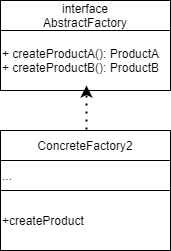
Earlier version of the draw.io export DesignPatterns/Creational Design Patterns/Abstract Factory/diagram.drawio.png (youngboy-who-wants-to-learn-js/OOP). Source tidied: cells renumbered, new cells last; positions are measured from the earlier drawing's top-left corner, leaving out a move shared by most shapes. Source of this version:
```xml
<mxGraphModel>
  <root>
    <mxCell id="0" />
    <mxCell id="1" parent="0" />
    <mxCell id="2" value="interface&lt;br&gt;AbstractFactory" style="rounded=0;whiteSpace=wrap;html=1;" parent="1" vertex="1">
      <mxGeometry width="170" height="30" as="geometry" />
    </mxCell>
    <mxCell id="3" value="+ createProductA(): ProductA&lt;br&gt;+ createProductB(): ProductB&amp;nbsp;" style="rounded=0;whiteSpace=wrap;html=1;align=left;" parent="1" vertex="1">
      <mxGeometry y="30" width="170" height="60" as="geometry" />
    </mxCell>
    <mxCell id="4" style="endArrow=classic;dashed=1;html=1;dashPattern=1 3;strokeWidth=2;endFill=1;" parent="1" edge="1">
      <mxGeometry relative="1" as="geometry">
        <mxPoint x="86" y="145" as="sourcePoint" />
        <mxPoint x="86" y="85" as="targetPoint" />
      </mxGeometry>
    </mxCell>
    <mxCell id="5" value="ConcreteFactory2" style="rounded=0;whiteSpace=wrap;html=1;align=center;" parent="1" vertex="1">
      <mxGeometry y="130" width="170" height="30" as="geometry" />
    </mxCell>
    <mxCell id="6" value="..." style="rounded=0;whiteSpace=wrap;html=1;align=left;" parent="1" vertex="1">
      <mxGeometry y="160" width="170" height="30" as="geometry" />
    </mxCell>
    <mxCell id="7" value="+createProduct" style="rounded=0;whiteSpace=wrap;html=1;align=left;" parent="1" vertex="1">
      <mxGeometry y="190" width="170" height="60" as="geometry" />
    </mxCell>
  </root>
</mxGraphModel>
```
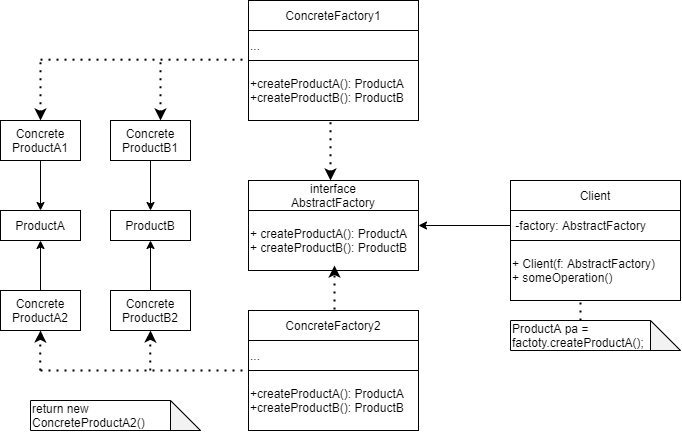
The same diagram one commit later.

Commit message:
abstract factory

Change to the diagram source:
```diff
@@ -5,6 +5,9 @@
     <mxCell id="2" value="interface&lt;br&gt;AbstractFactory" style="rounded=0;whiteSpace=wrap;html=1;" parent="1" vertex="1">
       <mxGeometry width="170" height="30" as="geometry" />
     </mxCell>
+    <mxCell id="8" style="edgeStyle=orthogonalEdgeStyle;rounded=0;jettySize=auto;html=1;exitX=1;exitY=0.25;exitDx=0;exitDy=0;entryX=0;entryY=0.5;entryDx=0;entryDy=0;startArrow=classic;startFill=1;endArrow=none;endFill=0;" parent="1" edge="1" source="3" target="14">
+      <mxGeometry relative="1" as="geometry" />
+    </mxCell>
     <mxCell id="3" value="+ createProductA(): ProductA&lt;br&gt;+ createProductB(): ProductB&amp;nbsp;" style="rounded=0;whiteSpace=wrap;html=1;align=left;" parent="1" vertex="1">
       <mxGeometry y="30" width="170" height="60" as="geometry" />
     </mxCell>
@@ -20,8 +23,111 @@
     <mxCell id="6" value="..." style="rounded=0;whiteSpace=wrap;html=1;align=left;" parent="1" vertex="1">
       <mxGeometry y="160" width="170" height="30" as="geometry" />
     </mxCell>
-    <mxCell id="7" value="+createProduct" style="rounded=0;whiteSpace=wrap;html=1;align=left;" parent="1" vertex="1">
-      <mxGeometry y="190" width="170" height="60" as="geometry" />
+    <mxCell id="7" value="+createProductA(): ProductA&lt;br&gt;+createProductB(): ProductB" style="rounded=0;whiteSpace=wrap;html=1;align=left;" parent="1" vertex="1">
+      <mxGeometry y="-120" width="170" height="60" as="geometry" />
     </mxCell>
+    <mxCell id="9" value="ConcreteFactory1" style="rounded=0;whiteSpace=wrap;html=1;align=center;" parent="1" vertex="1">
+      <mxGeometry y="-180" width="170" height="30" as="geometry" />
+    </mxCell>
+    <mxCell id="10" value="..." style="rounded=0;whiteSpace=wrap;html=1;align=left;" parent="1" vertex="1">
+      <mxGeometry y="-150" width="170" height="30" as="geometry" />
+    </mxCell>
+    <mxCell id="11" value="+createProductA(): ProductA&lt;br&gt;+createProductB(): ProductB" style="rounded=0;whiteSpace=wrap;html=1;align=left;" parent="1" vertex="1">
+      <mxGeometry y="190" width="170" height="60" as="geometry" />
+    </mxCell>
+    <mxCell id="12" style="endArrow=none;dashed=1;html=1;dashPattern=1 3;strokeWidth=2;endFill=0;startArrow=classic;startFill=1;" parent="1" edge="1">
+      <mxGeometry relative="1" as="geometry">
+        <mxPoint x="82" as="sourcePoint" />
+        <mxPoint x="82" y="-60" as="targetPoint" />
+      </mxGeometry>
+    </mxCell>
+    <mxCell id="13" value="Client" style="rounded=0;whiteSpace=wrap;html=1;" parent="1" vertex="1">
+      <mxGeometry x="262" width="170" height="30" as="geometry" />
+    </mxCell>
+    <mxCell id="14" value="&amp;nbsp;-factory: AbstractFactory" style="rounded=0;whiteSpace=wrap;html=1;align=left;" parent="1" vertex="1">
+      <mxGeometry x="262" y="30" width="170" height="30" as="geometry" />
+    </mxCell>
+    <mxCell id="15" value="+ Client(f: AbstractFactory)&lt;br&gt;+ someOperation()" style="rounded=0;whiteSpace=wrap;html=1;align=left;" parent="1" vertex="1">
+      <mxGeometry x="262" y="60" width="170" height="60" as="geometry" />
+    </mxCell>
+    <mxCell id="16" value="ProductA pa = factoty.createProductA();" style="shape=note;whiteSpace=wrap;html=1;backgroundOutline=1;darkOpacity=0.05;align=left;" parent="1" vertex="1">
+      <mxGeometry x="262" y="140" width="170" height="30" as="geometry" />
+    </mxCell>
+    <mxCell id="17" style="endArrow=none;dashed=1;html=1;dashPattern=1 3;strokeWidth=2;" parent="1" edge="1">
+      <mxGeometry relative="1" as="geometry">
+        <mxPoint x="332" y="140" as="sourcePoint" />
+        <mxPoint x="332" y="120" as="targetPoint" />
+        <Array as="points">
+          <mxPoint x="332" y="130" />
+        </Array>
+      </mxGeometry>
+    </mxCell>
+    <mxCell id="18" value="Concrete&lt;br&gt;ProductA1" style="rounded=0;whiteSpace=wrap;html=1;align=center;" parent="1" vertex="1">
+      <mxGeometry x="-248" y="-60" width="80" height="40" as="geometry" />
+    </mxCell>
+    <mxCell id="19" value="Concrete&lt;br&gt;ProductB1" style="rounded=0;whiteSpace=wrap;html=1;align=center;" parent="1" vertex="1">
+      <mxGeometry x="-138" y="-60" width="80" height="40" as="geometry" />
+    </mxCell>
+    <mxCell id="20" style="edgeStyle=orthogonalEdgeStyle;rounded=0;jettySize=auto;html=1;exitX=0.5;exitY=0;exitDx=0;exitDy=0;entryX=0.5;entryY=1;entryDx=0;entryDy=0;startArrow=classic;startFill=1;endArrow=none;endFill=0;" parent="1" edge="1" source="22" target="18">
+      <mxGeometry relative="1" as="geometry" />
+    </mxCell>
+    <mxCell id="21" style="edgeStyle=orthogonalEdgeStyle;rounded=0;jettySize=auto;html=1;exitX=0.5;exitY=1;exitDx=0;exitDy=0;entryX=0.5;entryY=0;entryDx=0;entryDy=0;startArrow=classic;startFill=1;endArrow=none;endFill=0;" parent="1" edge="1" source="22" target="26">
+      <mxGeometry relative="1" as="geometry" />
+    </mxCell>
+    <mxCell id="22" value="ProductA" style="rounded=0;whiteSpace=wrap;html=1;align=center;verticalAlign=middle;" parent="1" vertex="1">
+      <mxGeometry x="-248" y="30" width="80" height="30" as="geometry" />
+    </mxCell>
+    <mxCell id="23" style="edgeStyle=orthogonalEdgeStyle;rounded=0;jettySize=auto;html=1;exitX=0.5;exitY=0;exitDx=0;exitDy=0;entryX=0.5;entryY=1;entryDx=0;entryDy=0;startArrow=classic;startFill=1;endArrow=none;endFill=0;" parent="1" edge="1" source="25" target="19">
+      <mxGeometry relative="1" as="geometry" />
+    </mxCell>
+    <mxCell id="24" style="edgeStyle=orthogonalEdgeStyle;rounded=0;jettySize=auto;html=1;exitX=0.5;exitY=1;exitDx=0;exitDy=0;entryX=0.5;entryY=0;entryDx=0;entryDy=0;startArrow=classic;startFill=1;endArrow=none;endFill=0;" parent="1" edge="1" source="25" target="27">
+      <mxGeometry relative="1" as="geometry" />
+    </mxCell>
+    <mxCell id="25" value="ProductB&lt;br&gt;" style="rounded=0;whiteSpace=wrap;html=1;align=center;verticalAlign=middle;" parent="1" vertex="1">
+      <mxGeometry x="-138" y="30" width="80" height="30" as="geometry" />
+    </mxCell>
+    <mxCell id="26" value="Concrete&lt;br&gt;ProductA2" style="rounded=0;whiteSpace=wrap;html=1;align=center;" parent="1" vertex="1">
+      <mxGeometry x="-248" y="110" width="80" height="40" as="geometry" />
+    </mxCell>
+    <mxCell id="27" value="Concrete&lt;br&gt;ProductB2" style="rounded=0;whiteSpace=wrap;html=1;align=center;" parent="1" vertex="1">
+      <mxGeometry x="-138" y="110" width="80" height="40" as="geometry" />
+    </mxCell>
+    <mxCell id="28" style="endArrow=none;dashed=1;html=1;dashPattern=1 3;strokeWidth=2;" parent="1" edge="1">
+      <mxGeometry relative="1" as="geometry">
+        <mxPoint x="-208" y="190" as="sourcePoint" />
+        <mxPoint y="190" as="targetPoint" />
+      </mxGeometry>
+    </mxCell>
+    <mxCell id="29" style="endArrow=classic;dashed=1;html=1;dashPattern=1 3;strokeWidth=2;entryX=0.5;entryY=1;entryDx=0;entryDy=0;endFill=1;" parent="1" edge="1" target="26">
+      <mxGeometry relative="1" as="geometry">
+        <mxPoint x="-208.3" y="190" as="sourcePoint" />
+      </mxGeometry>
+    </mxCell>
+    <mxCell id="30" style="endArrow=classic;dashed=1;html=1;dashPattern=1 3;strokeWidth=2;entryX=0.5;entryY=1;entryDx=0;entryDy=0;startArrow=none;startFill=0;endFill=1;" parent="1" edge="1">
+      <mxGeometry relative="1" as="geometry">
+        <mxPoint x="-98.3" y="190" as="sourcePoint" />
+        <mxPoint x="-98" y="150" as="targetPoint" />
+      </mxGeometry>
+    </mxCell>
+    <mxCell id="31" style="endArrow=none;dashed=1;html=1;dashPattern=1 3;strokeWidth=2;" parent="1" edge="1">
+      <mxGeometry relative="1" as="geometry">
+        <mxPoint x="-208" y="-120.8" as="sourcePoint" />
+        <mxPoint y="-120.8" as="targetPoint" />
+      </mxGeometry>
+    </mxCell>
+    <mxCell id="32" style="endArrow=none;dashed=1;html=1;dashPattern=1 3;strokeWidth=2;exitX=0.5;exitY=0;exitDx=0;exitDy=0;startArrow=classic;startFill=1;" parent="1" edge="1" source="18">
+      <mxGeometry relative="1" as="geometry">
+        <mxPoint x="-208" y="-120" as="targetPoint" />
+      </mxGeometry>
+    </mxCell>
+    <mxCell id="33" style="endArrow=none;dashed=1;html=1;dashPattern=1 3;strokeWidth=2;exitX=0.5;exitY=0;exitDx=0;exitDy=0;startArrow=classic;startFill=1;" parent="1" edge="1">
+      <mxGeometry relative="1" as="geometry">
+        <mxPoint x="-88" y="-60" as="sourcePoint" />
+        <mxPoint x="-88" y="-120" as="targetPoint" />
+      </mxGeometry>
+    </mxCell>
+    <mxCell id="34" value="return new&amp;nbsp;&lt;br&gt;ConcreteProductA2()" style="shape=note;whiteSpace=wrap;html=1;backgroundOutline=1;darkOpacity=0.05;align=left;verticalAlign=middle;" parent="1" vertex="1">
+      <mxGeometry x="-218" y="220" width="170" height="30" as="geometry" />
+    </mxCell>
   </root>
 </mxGraphModel>
```
